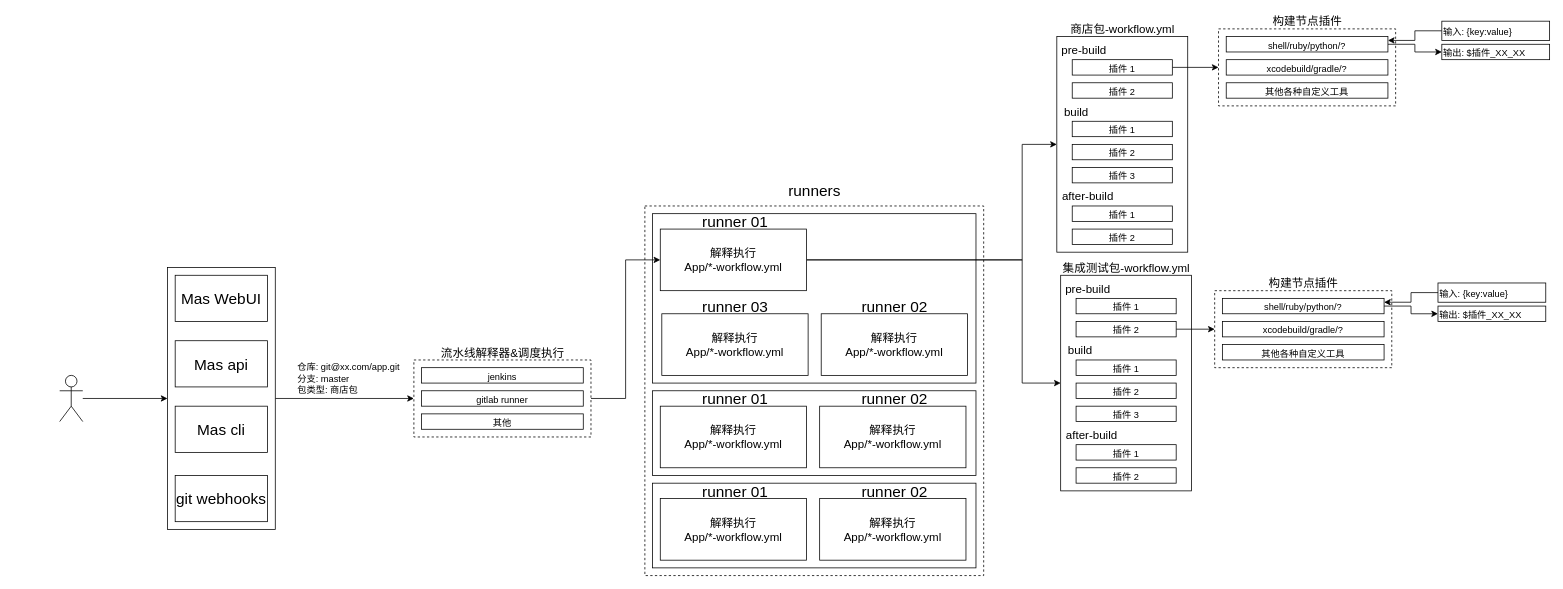
Above: page "Page-4" (4 of 4) of Untitled Diagram.drawio in chutaiyangxiayutian/mlanes (draw.io), before the change. Source tidied: cells renumbered, new cells numbered last; positions are measured from the earlier drawing's top-left corner, leaving out a move shared by most shapes. Both pictures are drawn from the tidied source at 77%, with x=0, y=0 at pixel (59, 13).
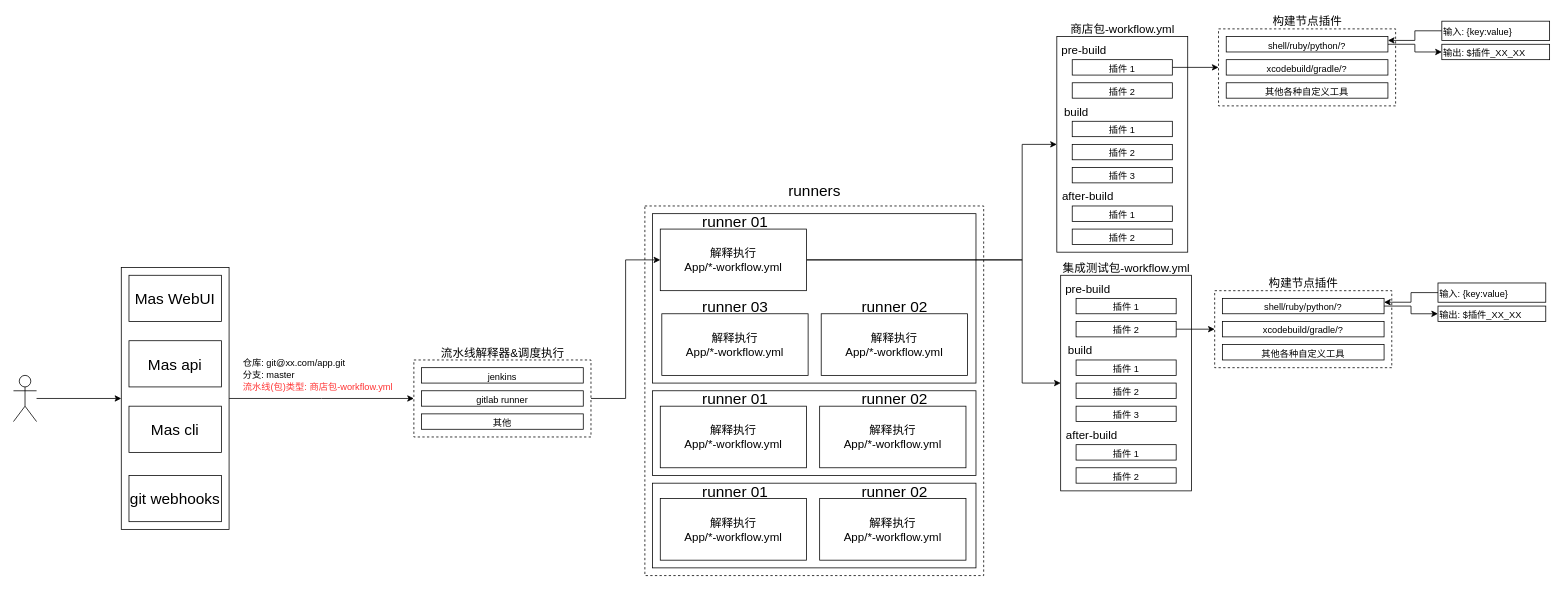
The same page after the edit.

The edit, as a diff of the source:
```diff
@@
     <mxCell id="3" style="rounded=0;whiteSpace=wrap;html=1;fontSize=15;align=left;" parent="1" vertex="1">
-      <mxGeometry x="140" y="330" width="140" height="340" as="geometry" />
+      <mxGeometry x="80" y="330" width="140" height="340" as="geometry" />
     </mxCell>
@@
     <mxCell id="8" style="shape=umlActor;verticalLabelPosition=bottom;verticalAlign=top;html=1;outlineConnect=0;fontSize=20;" parent="1" vertex="1">
-      <mxGeometry y="470" width="30" height="60" as="geometry" />
+      <mxGeometry x="-60" y="470" width="30" height="60" as="geometry" />
     </mxCell>
     <mxCell id="9" value="Mas WebUI" style="rounded=0;whiteSpace=wrap;html=1;fontSize=20;" parent="1" vertex="1">
-      <mxGeometry x="150" y="340" width="120" height="60" as="geometry" />
+      <mxGeometry x="90" y="340" width="120" height="60" as="geometry" />
     </mxCell>
     <mxCell id="10" value="Mas cli" style="rounded=0;whiteSpace=wrap;html=1;fontSize=20;" parent="1" vertex="1">
-      <mxGeometry x="150" y="510" width="120" height="60" as="geometry" />
+      <mxGeometry x="90" y="510" width="120" height="60" as="geometry" />
     </mxCell>
     <mxCell id="11" value="Mas api" style="rounded=0;whiteSpace=wrap;html=1;fontSize=20;" parent="1" vertex="1">
-      <mxGeometry x="150" y="425" width="120" height="60" as="geometry" />
+      <mxGeometry x="90" y="425" width="120" height="60" as="geometry" />
     </mxCell>
-    <mxCell id="12" value="&lt;div style=&quot;text-align: left&quot;&gt;&lt;span style=&quot;font-size: 12px&quot;&gt;仓库: git&lt;/span&gt;&lt;font style=&quot;font-size: 12px&quot;&gt;@xx.com/app.git&lt;/font&gt;&lt;/div&gt;&lt;font style=&quot;font-size: 12px&quot;&gt;&lt;div style=&quot;text-align: left&quot;&gt;&lt;span&gt;分支: master&lt;/span&gt;&lt;/div&gt;&lt;div style=&quot;text-align: left&quot;&gt;&lt;span&gt;包类型: 商店包&lt;/span&gt;&lt;/div&gt;&lt;/font&gt;" style="text;html=1;align=center;verticalAlign=middle;strokeColor=none;fillColor=none;fontSize=20;" parent="1" vertex="1">
-      <mxGeometry x="300" y="430" width="150" height="80" as="geometry" />
+    <mxCell id="12" value="&lt;div style=&quot;text-align: left&quot;&gt;&lt;span style=&quot;font-size: 12px&quot;&gt;仓库: git&lt;/span&gt;&lt;font style=&quot;font-size: 12px&quot;&gt;@xx.com/app.git&lt;/font&gt;&lt;/div&gt;&lt;font style=&quot;font-size: 12px&quot;&gt;&lt;div style=&quot;text-align: left&quot;&gt;&lt;span&gt;分支: master&lt;/span&gt;&lt;/div&gt;&lt;div style=&quot;text-align: left&quot;&gt;&lt;span&gt;&lt;font color=&quot;#ff3333&quot;&gt;流水线(包)类型: 商店包-workflow.yml&lt;/font&gt;&lt;/span&gt;&lt;/div&gt;&lt;/font&gt;" style="text;html=1;align=center;verticalAlign=middle;strokeColor=none;fillColor=none;fontSize=20;" parent="1" vertex="1">
+      <mxGeometry x="230" y="425" width="210" height="80" as="geometry" />
     </mxCell>
@@
     <mxCell id="64" value="git webhooks" style="rounded=0;whiteSpace=wrap;html=1;fontSize=20;" parent="1" vertex="1">
-      <mxGeometry x="150" y="600" width="120" height="60" as="geometry" />
+      <mxGeometry x="90" y="600" width="120" height="60" as="geometry" />
     </mxCell>
```
